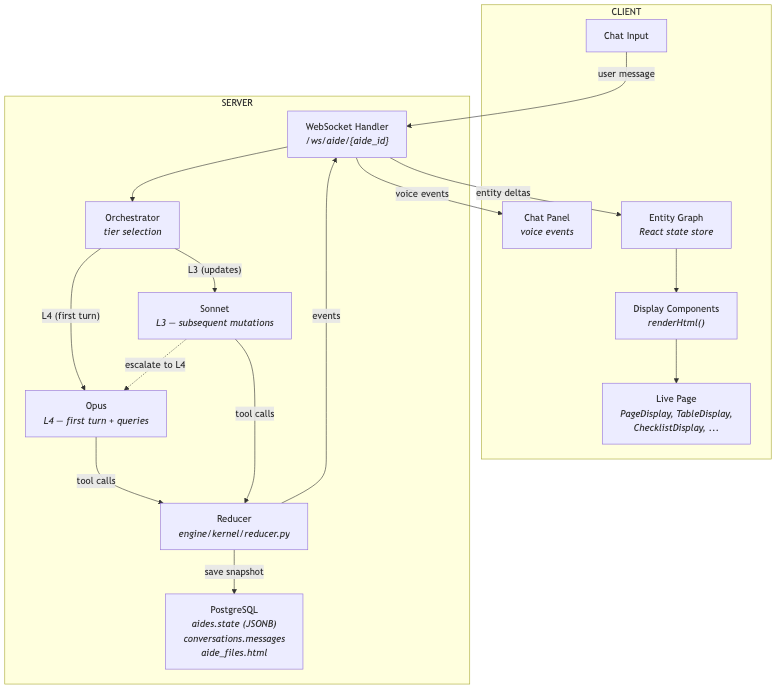
Before: docs/eng_design/aide_architecture.png, a diagram exported from Mermaid (zcancio/aide). Its source is kept beside it as docs/eng_design/aide_architecture.mmd.
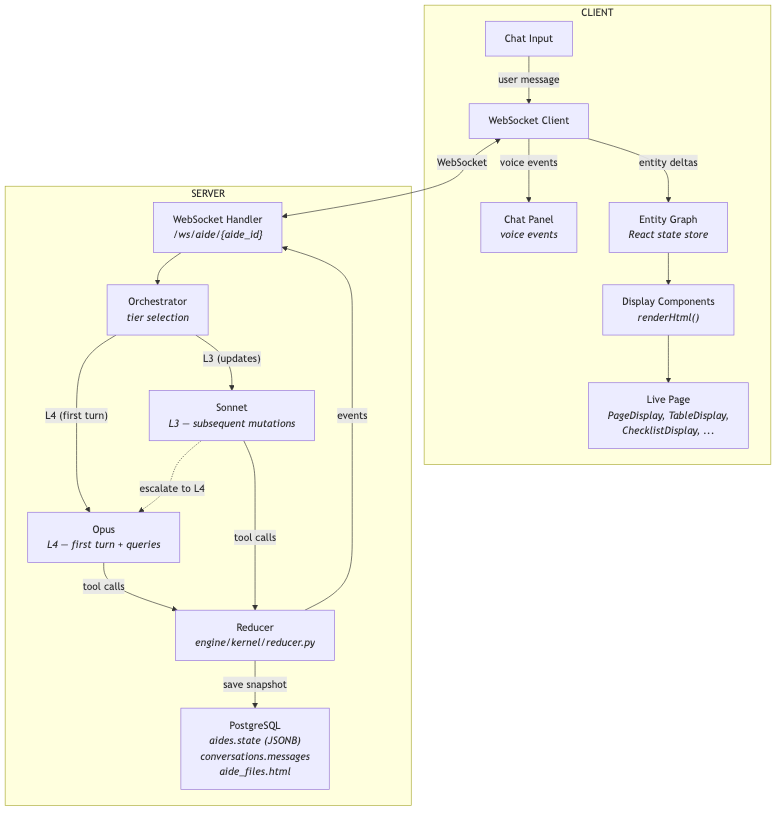
After the change.

Commit message:
docs: show both sides of WebSocket (client + server)

The edit, as a diff of the source:
```diff
@@ -2,18 +2,22 @@
     subgraph CLIENT["CLIENT"]
         direction TB
         INPUT["Chat Input"]
+        WS_CLIENT["WebSocket Client"]
         CHAT["Chat Panel<br/><i>voice events</i>"]
         GRAPH["Entity Graph<br/><i>React state store</i>"]
         RENDERER["Display Components<br/><i>renderHtml()</i>"]
         PAGE["Live Page<br/><i>PageDisplay, TableDisplay,<br/>ChecklistDisplay, ...</i>"]
 
+        INPUT -->|"user message"| WS_CLIENT
+        WS_CLIENT -->|"entity deltas"| GRAPH
+        WS_CLIENT -->|"voice events"| CHAT
         GRAPH --> RENDERER
         RENDERER --> PAGE
     end
 
     subgraph SERVER["SERVER"]
         direction TB
-        WS["WebSocket Handler<br/><i>/ws/aide/{aide_id}</i>"]
+        WS_SERVER["WebSocket Handler<br/><i>/ws/aide/{aide_id}</i>"]
         ORCH["Orchestrator<br/><i>tier selection</i>"]
 
         OPUS["Opus<br/><i>L4 — first turn + queries</i>"]
@@ -22,7 +26,7 @@
         REDUCER["Reducer<br/><i>engine/kernel/reducer.py</i>"]
         DB["PostgreSQL<br/><i>aides.state (JSONB)<br/>conversations.messages<br/>aide_files.html</i>"]
 
-        WS --> ORCH
+        WS_SERVER --> ORCH
         ORCH -->|"L4 (first turn)"| OPUS
         ORCH -->|"L3 (updates)"| SONNET
 
@@ -31,9 +35,7 @@
         SONNET -.->|"escalate to L4"| OPUS
 
         REDUCER -->|"save snapshot"| DB
-        REDUCER -->|"events"| WS
+        REDUCER -->|"events"| WS_SERVER
     end
 
-    INPUT -->|"user message"| WS
-    WS -->|"entity deltas"| GRAPH
-    WS -->|"voice events"| CHAT
+    WS_CLIENT <-->|"WebSocket"| WS_SERVER
```
